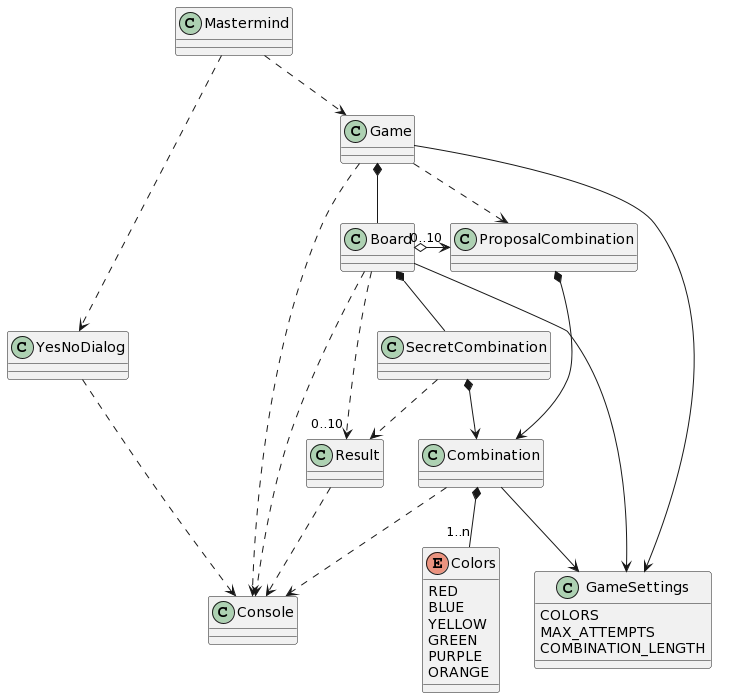
USantaTecla-ed-mpds/lab-chomsky keeps this PlantUML diagram as tech-js-basado-objetos/mastermind/MasterMind-UML.png. Above is the earlier version.
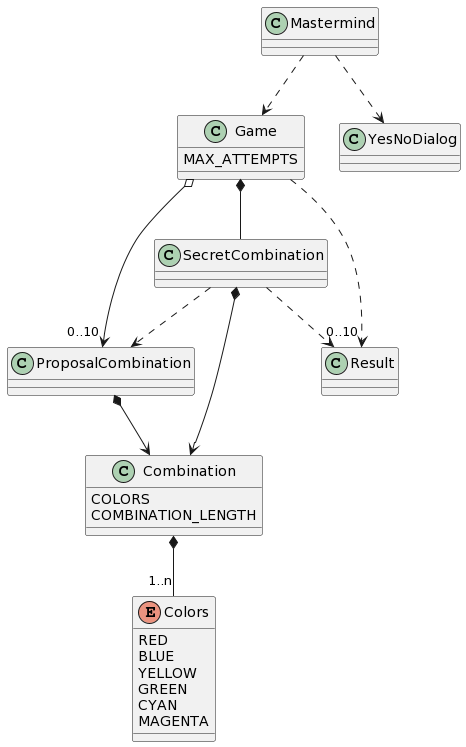
After the commit.

The edit, as a diff of the source:
```diff
@@ -1,32 +1,24 @@
 @startuml
 Mastermind ..> YesNoDialog
 Mastermind ..> Game
-Game ..> Console
-YesNoDialog ..> Console
-Game *-- Board
-Game --> GameSettings
-GameSettings : COLORS
-GameSettings : MAX_ATTEMPTS
-GameSettings : COMBINATION_LENGTH
-Board --> GameSettings
-Board *-- SecretCombination
-Board o-> "0..10" ProposalCombination
-Board ..> "0..10"Result
-Game ..> ProposalCombination
+Game *-- SecretCombination
+Game o-> "0..10" ProposalCombination
+Game ..> "0..10" Result
+Game : MAX_ATTEMPTS
+
+SecretCombination ..> ProposalCombination
 SecretCombination *--> Combination
 SecretCombination ..> Result
 ProposalCombination *--> Combination
+Combination : COLORS
+Combination : COMBINATION_LENGTH
 Combination *-- "1..n" Colors
 enum Colors {
   RED
   BLUE
   YELLOW
   GREEN
-  PURPLE
-  ORANGE
+  CYAN
+  MAGENTA
 }
-Board ..> Console
-Combination ..> Console
-Combination --> GameSettings
-Result ..> Console
 @enduml
```
